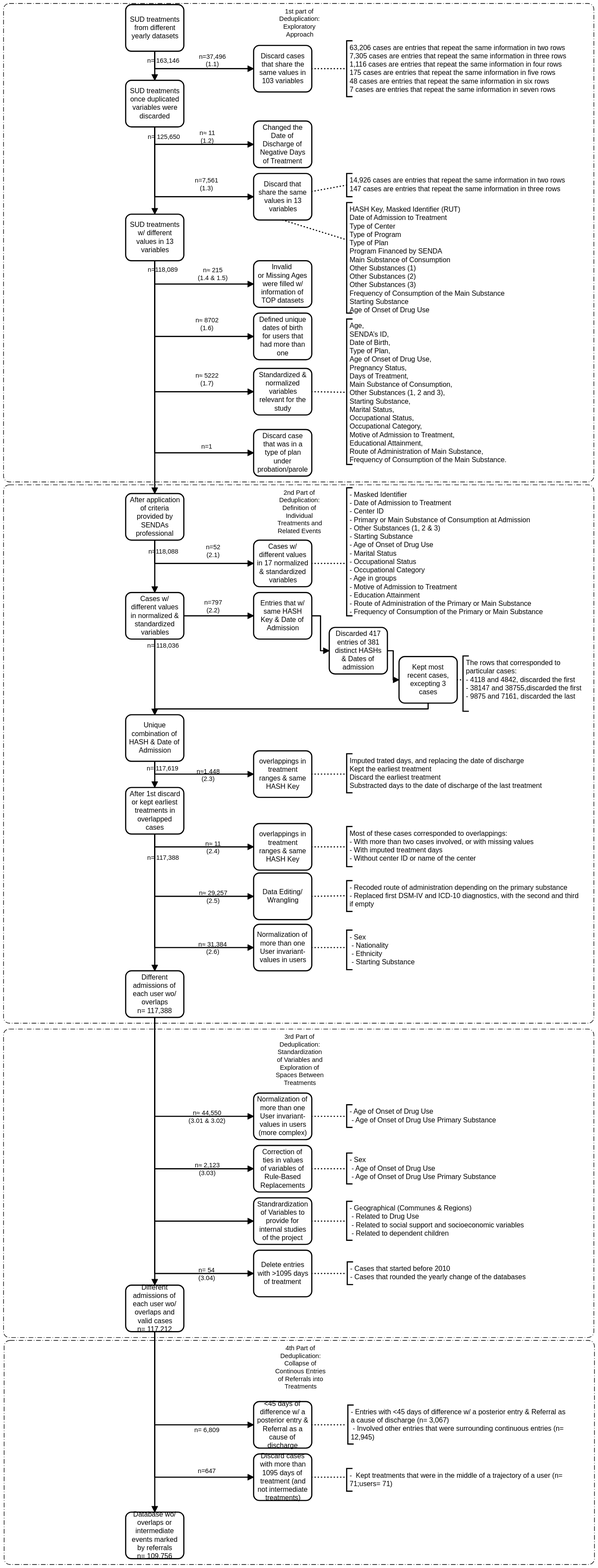
FONDECYTACC/SUD_health_Chile.github.io keeps this BPMN diagram as Figures/Diagram_STROBE.svg. Above is the earlier version. Its source is kept beside it as Figures/Diagram_STROBE.bpmn. Ids are renumbered.
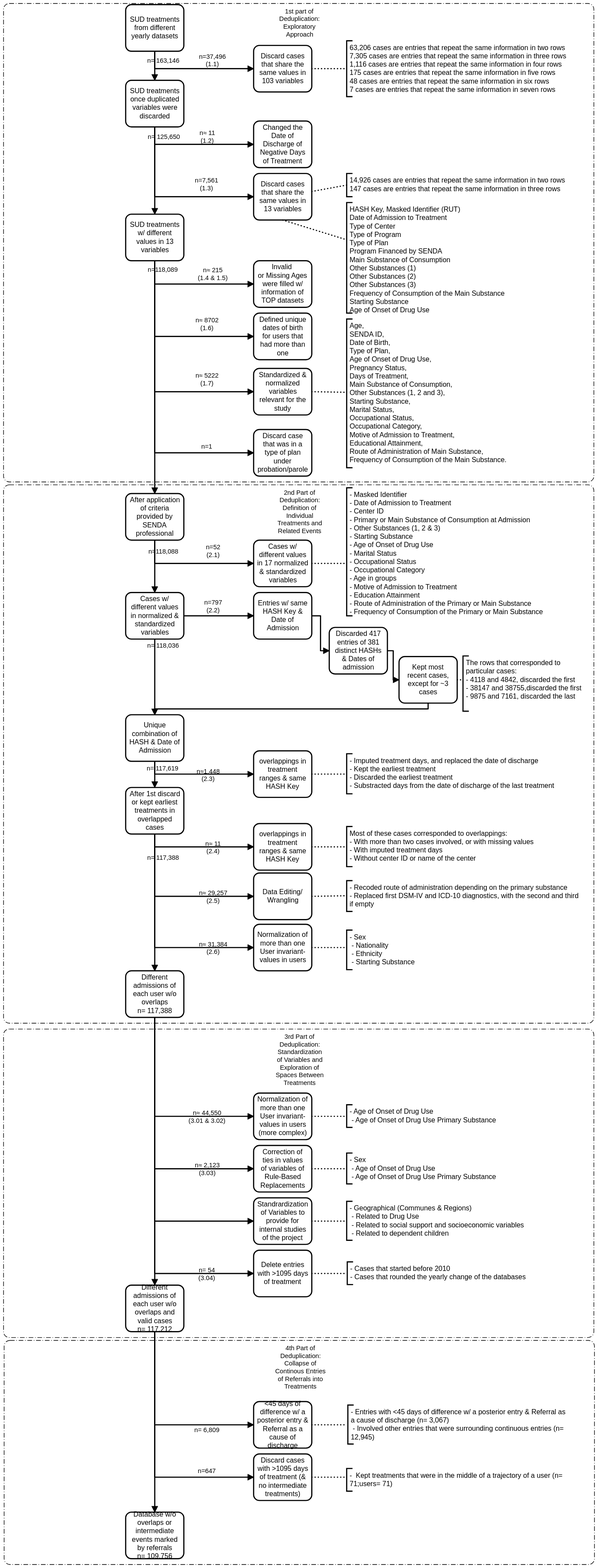
Later version of the same file.

What changed in the source:
```diff
@@ -1,4 +1,4 @@
-<bpmn:definitions xmlns:xsi="http://www.w3.org/2001/XMLSchema-instance" xmlns:bpmn="http://www.omg.org/spec/BPMN/20100524/MODEL" xmlns:bpmndi="http://www.omg.org/spec/BPMN/20100524/DI" xmlns:dc="http://www.omg.org/spec/DD/20100524/DC" xmlns:di="http://www.omg.org/spec/DD/20100524/DI" id="Definitions_n1" targetNamespace="http://bpmn.io/schema/bpmn" exporter="bpmn-js (https://demo.bpmn.io)" exporterVersion="7.3.0">
+<bpmn:definitions xmlns:xsi="http://www.w3.org/2001/XMLSchema-instance" xmlns:bpmn="http://www.omg.org/spec/BPMN/20100524/MODEL" xmlns:bpmndi="http://www.omg.org/spec/BPMN/20100524/DI" xmlns:dc="http://www.omg.org/spec/DD/20100524/DC" xmlns:di="http://www.omg.org/spec/DD/20100524/DI" id="Definitions_n1" targetNamespace="http://bpmn.io/schema/bpmn" exporter="bpmn-js (https://demo.bpmn.io)" exporterVersion="8.2.2">
   <bpmn:process id="Process_n2" isExecutable="false">
     <bpmn:task id="Activity_n3" name="SUD treatments from different yearly datasets">
       <bpmn:outgoing>Flow_n4</bpmn:outgoing>
@@ -23,7 +23,7 @@
       <bpmn:outgoing>Flow_n15</bpmn:outgoing>
       <bpmn:outgoing>Flow_n16</bpmn:outgoing>
     </bpmn:task>
-    <bpmn:task id="Activity_n17" name="Discard that share the same values in 13 variables">
+    <bpmn:task id="Activity_n17" name="Discard cases that share the same values in 13 variables">
       <bpmn:incoming>Flow_n8</bpmn:incoming>
     </bpmn:task>
     <bpmn:sequenceFlow id="Flow_n8" name="n=7,561&#10;(1.3)" sourceRef="Activity_n6" targetRef="Activity_n17" />
@@ -48,7 +48,7 @@
       <bpmn:outgoing>Flow_n25</bpmn:outgoing>
       <bpmn:outgoing>Flow_n26</bpmn:outgoing>
     </bpmn:task>
-    <bpmn:task id="Activity_n27" name="Entries that w/ same HASH Key &#38; Date of Admission">
+    <bpmn:task id="Activity_n27" name="Entries w/ same HASH Key &#38; Date of Admission">
       <bpmn:incoming>Flow_n28</bpmn:incoming>
       <bpmn:outgoing>Flow_n29</bpmn:outgoing>
     </bpmn:task>
@@ -57,7 +57,7 @@
       <bpmn:incoming>Flow_n29</bpmn:incoming>
       <bpmn:outgoing>Flow_n32</bpmn:outgoing>
     </bpmn:task>
-    <bpmn:task id="Activity_n33" name="Kept most recent cases, excepting 3 cases">
+    <bpmn:task id="Activity_n33" name="Kept most recent cases, except for ~3 cases">
       <bpmn:incoming>Flow_n32</bpmn:incoming>
       <bpmn:outgoing>Flow_n24</bpmn:outgoing>
     </bpmn:task>
@@ -72,7 +72,7 @@
       <bpmn:incoming>Flow_n25</bpmn:incoming>
     </bpmn:task>
     <bpmn:sequenceFlow id="Flow_n25" name="n≈1,448&#10;(2.3)" sourceRef="Activity_n22" targetRef="Activity_n39" />
-    <bpmn:task id="Activity_n40" name="Different admissions of each user wo/ overlaps&#10;n= 117,388">
+    <bpmn:task id="Activity_n40" name="Different admissions of each user w/o overlaps&#10;n= 117,388">
       <bpmn:incoming>Flow_n36</bpmn:incoming>
       <bpmn:outgoing>Flow_n41</bpmn:outgoing>
       <bpmn:outgoing>Flow_n42</bpmn:outgoing>
@@ -100,7 +100,7 @@
       <bpmn:incoming>Flow_n50</bpmn:incoming>
     </bpmn:task>
     <bpmn:sequenceFlow id="Flow_n16" name="n=118,089" sourceRef="Activity_n11" targetRef="Activity_n51" />
-    <bpmn:task id="Activity_n51" name="After application of criteria provided by SENDAs professional">
+    <bpmn:task id="Activity_n51" name="After application of criteria provided by SENDA professional">
       <bpmn:incoming>Flow_n16</bpmn:incoming>
       <bpmn:outgoing>Flow_n48</bpmn:outgoing>
       <bpmn:outgoing>Flow_n50</bpmn:outgoing>
@@ -120,7 +120,7 @@
       <bpmn:incoming>Flow_n38</bpmn:incoming>
     </bpmn:task>
     <bpmn:sequenceFlow id="Flow_n38" name="n≈ 31,384&#10;(2.6)" sourceRef="Activity_n34" targetRef="Activity_n53" />
-    <bpmn:task id="Activity_n54" name="Different admissions of each user wo/ overlaps and valid cases&#10;n= 117,212">
+    <bpmn:task id="Activity_n54" name="Different admissions of each user w/o overlaps and valid cases&#10;n= 117,212">
       <bpmn:incoming>Flow_n41</bpmn:incoming>
       <bpmn:outgoing>Flow_n55</bpmn:outgoing>
       <bpmn:outgoing>Flow_n56</bpmn:outgoing>
@@ -143,7 +143,7 @@
       <bpmn:incoming>Flow_n45</bpmn:incoming>
     </bpmn:task>
     <bpmn:sequenceFlow id="Flow_n45" name="n= 54&#10;(3.04)" sourceRef="Activity_n40" targetRef="Activity_n61" />
-    <bpmn:task id="Activity_n62" name="Database wo/ overlaps or intermediate events marked by referrals&#10;n= 109,756">
+    <bpmn:task id="Activity_n62" name="Database w/o overlaps or intermediate events marked by referrals&#10;n= 109,756">
       <bpmn:incoming>Flow_n55</bpmn:incoming>
     </bpmn:task>
     <bpmn:sequenceFlow id="Flow_n55" sourceRef="Activity_n54" targetRef="Activity_n62" />
@@ -151,7 +151,7 @@
       <bpmn:incoming>Flow_n56</bpmn:incoming>
     </bpmn:task>
     <bpmn:sequenceFlow id="Flow_n56" name="n= 6,809" sourceRef="Activity_n54" targetRef="Activity_n63" />
-    <bpmn:task id="Activity_n64" name="Discard cases with more than 1095 days of treatment (and not intermediate treatments)">
+    <bpmn:task id="Activity_n64" name="Discard cases with &#62;1095 days of treatment (&#38; no intermediate treatments)">
       <bpmn:incoming>Flow_n57</bpmn:incoming>
     </bpmn:task>
     <bpmn:sequenceFlow id="Flow_n57" name="n=647" sourceRef="Activity_n54" targetRef="Activity_n64" />
@@ -166,7 +166,7 @@
     <bpmn:association id="Association_n66" sourceRef="Activity_n7" targetRef="TextAnnotation_n65" />
     <bpmn:textAnnotation id="TextAnnotation_n67">
       <bpmn:text>Age,
-SENDA’s ID,
+SENDA ID,
 Date of Birth,
 Type of Plan,
 Age of Onset of Drug Use,
@@ -192,10 +192,10 @@
     </bpmn:textAnnotation>
     <bpmn:association id="Association_n70" sourceRef="Activity_n33" targetRef="TextAnnotation_n69" />
     <bpmn:textAnnotation id="TextAnnotation_n71">
-      <bpmn:text>Imputed trated days, and replacing the date of discharge
-Kept the earliest treatment
-Discard the earliest treatment
-Substracted days to the date of discharge of the last treatment</bpmn:text>
+      <bpmn:text>- Imputed treatment days, and replaced the date of discharge
+- Kept the earliest treatment
+- Discarded the earliest treatment
+- Substracted days from the date of discharge of the last treatment</bpmn:text>
     </bpmn:textAnnotation>
     <bpmn:association id="Association_n72" sourceRef="Activity_n39" targetRef="TextAnnotation_n71" />
     <bpmn:textAnnotation id="TextAnnotation_n73">
@@ -307,9 +307,14 @@
   </bpmn:category>
   <bpmndi:BPMNDiagram id="BPMNDiagram_1">
     <bpmndi:BPMNPlane id="BPMNPlane_1" bpmnElement="Process_n2">
-      <bpmndi:BPMNShape id="TextAnnotation_n103_di" bpmnElement="TextAnnotation_n103">
-        <dc:Bounds x="750" y="2585" width="389" height="39" />
-      </bpmndi:BPMNShape>
+      <bpmndi:BPMNEdge id="Flow_n57_di" bpmnElement="Flow_n57">
+        <di:waypoint x="420" y="2350" />
+        <di:waypoint x="420" y="2600" />
+        <di:waypoint x="590" y="2600" />
+        <bpmndi:BPMNLabel>
+          <dc:Bounds x="494" y="2583" width="31" height="14" />
+        </bpmndi:BPMNLabel>
+      </bpmndi:BPMNEdge>
       <bpmndi:BPMNEdge id="Flow_n56_di" bpmnElement="Flow_n56">
         <di:waypoint x="420" y="2350" />
         <di:waypoint x="420" y="2510" />
@@ -525,14 +530,6 @@
           <dc:Bounds x="407" y="160" width="56" height="14" />
         </bpmndi:BPMNLabel>
       </bpmndi:BPMNEdge>
-      <bpmndi:BPMNEdge id="Flow_n57_di" bpmnElement="Flow_n57">
-        <di:waypoint x="420" y="2350" />
-        <di:waypoint x="420" y="2600" />
-        <di:waypoint x="590" y="2600" />
-        <bpmndi:BPMNLabel>
-          <dc:Bounds x="494" y="2583" width="31" height="14" />
-        </bpmndi:BPMNLabel>
-      </bpmndi:BPMNEdge>
       <bpmndi:BPMNShape id="Activity_n3_di" bpmnElement="Activity_n3">
         <dc:Bounds x="370" y="70" width="100" height="80" />
       </bpmndi:BPMNShape>
@@ -617,34 +614,30 @@
       <bpmndi:BPMNShape id="Activity_n61_di" bpmnElement="Activity_n61">
         <dc:Bounds x="590" y="2210" width="100" height="80" />
       </bpmndi:BPMNShape>
+      <bpmndi:BPMNShape id="Activity_n62_di" bpmnElement="Activity_n62">
+        <dc:Bounds x="370" y="2660" width="100" height="80" />
+      </bpmndi:BPMNShape>
       <bpmndi:BPMNShape id="Activity_n63_di" bpmnElement="Activity_n63">
         <dc:Bounds x="590" y="2470" width="100" height="80" />
+      </bpmndi:BPMNShape>
+      <bpmndi:BPMNShape id="Activity_n64_di" bpmnElement="Activity_n64">
+        <dc:Bounds x="590" y="2560" width="100" height="80" />
       </bpmndi:BPMNShape>
       <bpmndi:BPMNShape id="TextAnnotation_n65_di" bpmnElement="TextAnnotation_n65">
         <dc:Bounds x="750" y="132" width="409.9935508636108" height="95.99828145590173" />
       </bpmndi:BPMNShape>
       <bpmndi:BPMNShape id="TextAnnotation_n67_di" bpmnElement="TextAnnotation_n67">
-        <dc:Bounds x="750" y="610" width="300" height="250" />
+        <dc:Bounds x="750" y="610" width="299.99462134251297" height="255.59380378657488" />
       </bpmndi:BPMNShape>
       <bpmndi:BPMNShape id="TextAnnotation_n69_di" bpmnElement="TextAnnotation_n69">
-        <dc:Bounds x="950" y="1189" width="209.98838914257587" height="95.23809523809524" />
+        <dc:Bounds x="950" y="1189" width="209.99175710234914" height="94.99606002833882" />
       </bpmndi:BPMNShape>
       <bpmndi:BPMNShape id="TextAnnotation_n71_di" bpmnElement="TextAnnotation_n71">
-        <dc:Bounds x="750" y="1357" width="389.99710348840375" height="67.36353077816493" />
+        <dc:Bounds x="750" y="1357" width="389.99749871416475" height="68.84681583476764" />
       </bpmndi:BPMNShape>
       <bpmndi:BPMNShape id="TextAnnotation_n73_di" bpmnElement="TextAnnotation_n73">
         <dc:Bounds x="750" y="1482" width="332.99941219103874" height="68.9895488105446" />
       </bpmndi:BPMNShape>
-      <bpmndi:BPMNShape id="Activity_n64_di" bpmnElement="Activity_n64">
-        <dc:Bounds x="590" y="2560" width="100" height="80" />
-      </bpmndi:BPMNShape>
-      <bpmndi:BPMNShape id="Activity_n62_di" bpmnElement="Activity_n62">
-        <dc:Bounds x="370" y="2660" width="100" height="80" />
-      </bpmndi:BPMNShape>
-      <bpmndi:BPMNEdge id="Association_n104_di" bpmnElement="Association_n104">
-        <di:waypoint x="690" y="2600" />
-        <di:waypoint x="750" y="2600" />
-      </bpmndi:BPMNEdge>
       <bpmndi:BPMNShape id="Group_n75_di" bpmnElement="Group_n75">
         <dc:Bounds x="160" y="68" width="1015" height="822" />
         <bpmndi:BPMNLabel>
@@ -698,6 +691,9 @@
       </bpmndi:BPMNShape>
       <bpmndi:BPMNShape id="TextAnnotation_n101_di" bpmnElement="TextAnnotation_n101">
         <dc:Bounds x="752" y="2476" width="389.989837398374" height="67.36353077816493" />
+      </bpmndi:BPMNShape>
+      <bpmndi:BPMNShape id="TextAnnotation_n103_di" bpmnElement="TextAnnotation_n103">
+        <dc:Bounds x="750" y="2585" width="389" height="39" />
       </bpmndi:BPMNShape>
       <bpmndi:BPMNEdge id="Association_n66_di" bpmnElement="Association_n66">
         <di:waypoint x="690" y="180" />
@@ -759,6 +755,10 @@
         <di:waypoint x="690" y="2510" />
         <di:waypoint x="750" y="2510" />
       </bpmndi:BPMNEdge>
+      <bpmndi:BPMNEdge id="Association_n104_di" bpmnElement="Association_n104">
+        <di:waypoint x="690" y="2600" />
+        <di:waypoint x="750" y="2600" />
+      </bpmndi:BPMNEdge>
     </bpmndi:BPMNPlane>
   </bpmndi:BPMNDiagram>
 </bpmn:definitions>
```
